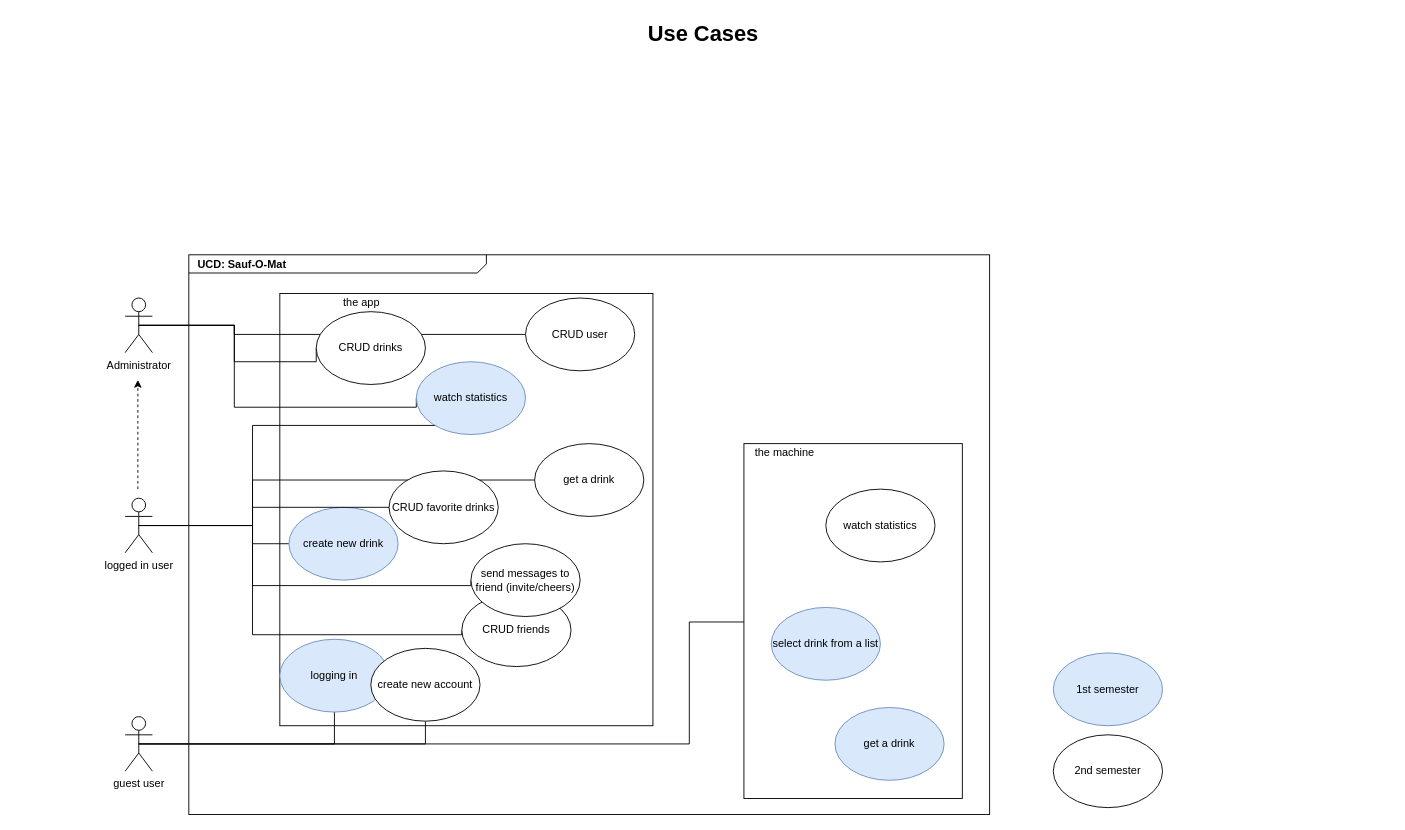
This is UseCaseDiagram.drawio from TheLordXII/OneTouch, a draw.io file, before an edit. Source tidied: cells renumbered, new cells numbered last; positions are measured from the earlier drawing's top-left corner, leaving out a move shared by most shapes. Both pictures are drawn from the tidied source at 91%, with x=0, y=0 at pixel (15, 15).
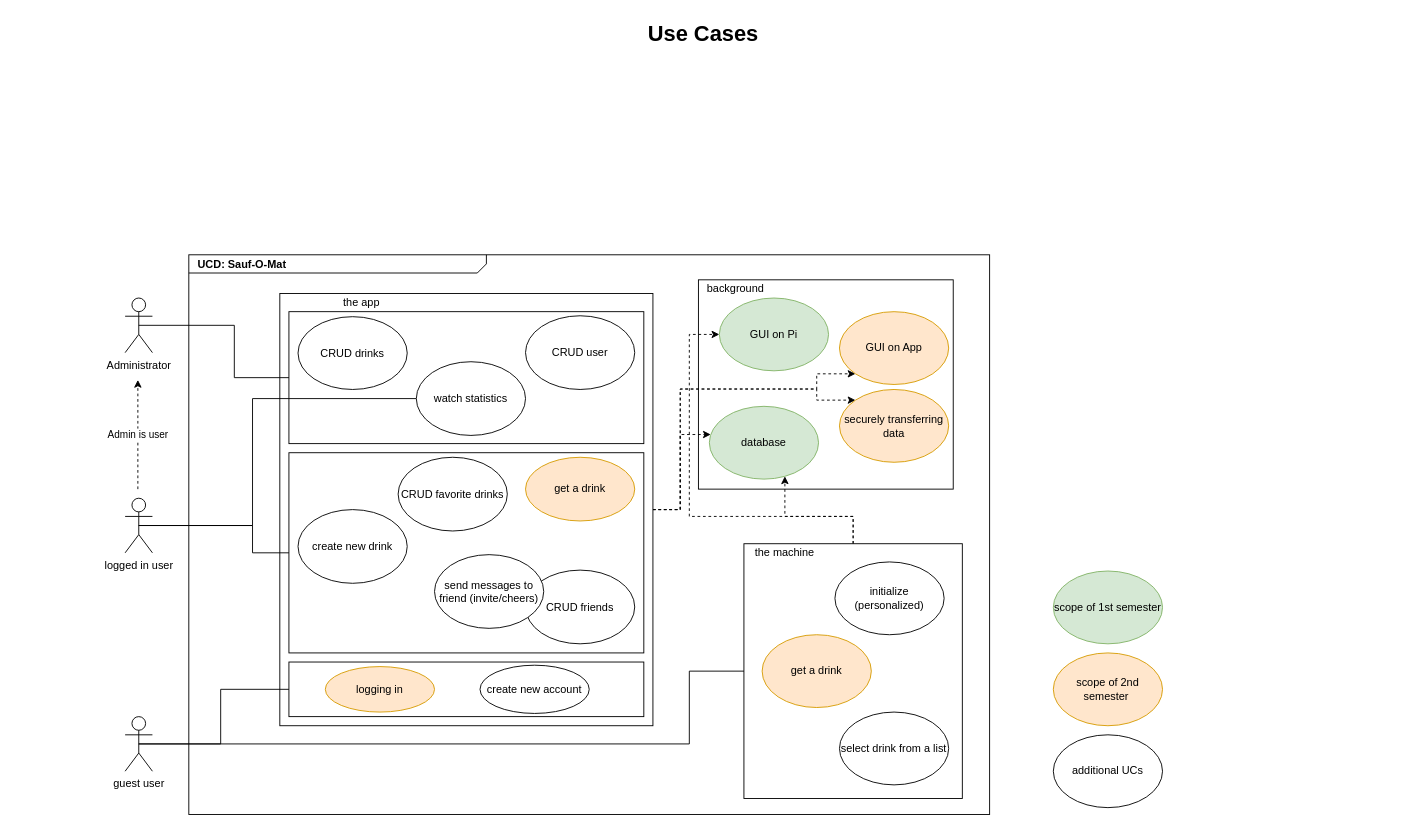
After the change.

The change refers to these unchanged cells:
```xml
<mxCell id="3" style="rounded=0;whiteSpace=wrap;html=1;" parent="1" vertex="1">
  <mxGeometry x="290" y="305" width="410" height="475" as="geometry" />
</mxCell>
<mxCell id="11" value="logged in user" style="shape=umlActor;verticalLabelPosition=bottom;labelBackgroundColor=#ffffff;verticalAlign=top;html=1;outlineConnect=0;" parent="1" vertex="1">
  <mxGeometry x="120" y="530" width="30" height="60" as="geometry" />
</mxCell>
```

What changed in the source:
```diff
@@
+    <mxCell id="39" style="rounded=0;whiteSpace=wrap;html=1;" parent="1" vertex="1">
+      <mxGeometry x="750" y="290" width="280" height="230" as="geometry" />
+    </mxCell>
@@
+    <mxCell id="40" style="edgeStyle=orthogonalEdgeStyle;rounded=0;jettySize=auto;html=1;dashed=1;" parent="1" edge="1" source="3" target="50">
+      <mxGeometry relative="1" as="geometry">
+        <Array as="points">
+          <mxPoint x="730" y="543" />
+          <mxPoint x="730" y="460" />
+        </Array>
+      </mxGeometry>
+    </mxCell>
+    <mxCell id="41" style="edgeStyle=orthogonalEdgeStyle;rounded=0;jettySize=auto;html=1;dashed=1;entryX=0;entryY=1;entryDx=0;entryDy=0;" parent="1" edge="1" source="3" target="51">
+      <mxGeometry relative="1" as="geometry">
+        <Array as="points">
+          <mxPoint x="730" y="543" />
+          <mxPoint x="730" y="410" />
+          <mxPoint x="880" y="410" />
+          <mxPoint x="880" y="393" />
+        </Array>
+      </mxGeometry>
+    </mxCell>
+    <mxCell id="42" style="edgeStyle=orthogonalEdgeStyle;rounded=0;jettySize=auto;html=1;exitX=1;exitY=0.5;exitDx=0;exitDy=0;entryX=0;entryY=0;entryDx=0;entryDy=0;dashed=1;" parent="1" edge="1" source="3" target="54">
+      <mxGeometry relative="1" as="geometry">
+        <Array as="points">
+          <mxPoint x="730" y="543" />
+          <mxPoint x="730" y="410" />
+          <mxPoint x="880" y="410" />
+          <mxPoint x="880" y="422" />
+        </Array>
+      </mxGeometry>
+    </mxCell>
@@
+    <mxCell id="43" style="edgeStyle=orthogonalEdgeStyle;rounded=0;jettySize=auto;html=1;dashed=1;" parent="1" edge="1" source="4" target="50">
+      <mxGeometry relative="1" as="geometry">
+        <Array as="points">
+          <mxPoint x="920" y="550" />
+          <mxPoint x="845" y="550" />
+        </Array>
+      </mxGeometry>
+    </mxCell>
+    <mxCell id="44" style="edgeStyle=orthogonalEdgeStyle;rounded=0;jettySize=auto;html=1;dashed=1;" parent="1" edge="1" source="4" target="49">
+      <mxGeometry relative="1" as="geometry">
+        <Array as="points">
+          <mxPoint x="920" y="550" />
+          <mxPoint x="740" y="550" />
+          <mxPoint x="740" y="350" />
+        </Array>
+      </mxGeometry>
+    </mxCell>
     <mxCell id="4" value="&lt;p style=&quot;line-height: 120%&quot;&gt;&lt;br&gt;&lt;/p&gt;" style="rounded=0;whiteSpace=wrap;html=1;align=left;" parent="1" vertex="1">
-      <mxGeometry x="800" y="470" width="240" height="390" as="geometry" />
+      <mxGeometry x="800" y="580" width="240" height="280" as="geometry" />
     </mxCell>
@@
-    <mxCell id="6" style="edgeStyle=orthogonalEdgeStyle;rounded=0;jettySize=auto;html=1;exitX=0.5;exitY=0.5;exitDx=0;exitDy=0;exitPerimeter=0;endArrow=none;endFill=0;" parent="1" edge="1" source="11" target="21">
-      <mxGeometry relative="1" as="geometry">
-        <Array as="points">
-          <mxPoint x="260" y="560" />
-          <mxPoint x="260" y="580" />
-        </Array>
-      </mxGeometry>
-    </mxCell>
-    <mxCell id="7" style="edgeStyle=orthogonalEdgeStyle;rounded=0;jettySize=auto;html=1;exitX=0.5;exitY=0.5;exitDx=0;exitDy=0;exitPerimeter=0;entryX=0;entryY=0.5;entryDx=0;entryDy=0;endArrow=none;endFill=0;" parent="1" edge="1" source="11" target="32">
-      <mxGeometry relative="1" as="geometry">
-        <Array as="points">
-          <mxPoint x="260" y="560" />
-          <mxPoint x="260" y="626" />
-          <mxPoint x="500" y="626" />
-        </Array>
-      </mxGeometry>
-    </mxCell>
-    <mxCell id="8" style="edgeStyle=orthogonalEdgeStyle;rounded=0;jettySize=auto;html=1;exitX=0.5;exitY=0.5;exitDx=0;exitDy=0;exitPerimeter=0;entryX=0;entryY=0.5;entryDx=0;entryDy=0;endArrow=none;endFill=0;" parent="1" edge="1" source="11" target="30">
-      <mxGeometry relative="1" as="geometry">
-        <Array as="points">
-          <mxPoint x="260" y="560" />
-          <mxPoint x="260" y="680" />
-          <mxPoint x="490" y="680" />
-        </Array>
-      </mxGeometry>
-    </mxCell>
-    <mxCell id="9" style="edgeStyle=orthogonalEdgeStyle;rounded=0;jettySize=auto;html=1;exitX=0.5;exitY=0.5;exitDx=0;exitDy=0;exitPerimeter=0;entryX=0;entryY=0.5;entryDx=0;entryDy=0;endArrow=none;endFill=0;" parent="1" edge="1" source="11" target="22">
-      <mxGeometry relative="1" as="geometry">
-        <Array as="points">
-          <mxPoint x="260" y="560" />
-          <mxPoint x="260" y="450" />
-          <mxPoint x="490" y="450" />
-          <mxPoint x="490" y="420" />
-        </Array>
-      </mxGeometry>
-    </mxCell>
-    <mxCell id="10" style="edgeStyle=orthogonalEdgeStyle;rounded=0;jettySize=auto;html=1;exitX=0.5;exitY=0.5;exitDx=0;exitDy=0;exitPerimeter=0;entryX=0;entryY=0.5;entryDx=0;entryDy=0;endArrow=none;endFill=0;" parent="1" edge="1" source="11" target="38">
-      <mxGeometry relative="1" as="geometry">
-        <Array as="points">
-          <mxPoint x="260" y="560" />
-          <mxPoint x="260" y="510" />
-        </Array>
-      </mxGeometry>
-    </mxCell>
@@
     <mxCell id="12" style="edgeStyle=orthogonalEdgeStyle;rounded=0;jettySize=auto;html=1;endArrow=none;endFill=0;exitX=0.5;exitY=0.5;exitDx=0;exitDy=0;exitPerimeter=0;" parent="1" edge="1" source="15" target="4">
       <mxGeometry relative="1" as="geometry">
         <Array as="points">
           <mxPoint x="740" y="800" />
-          <mxPoint x="740" y="666" />
+          <mxPoint x="740" y="720" />
         </Array>
       </mxGeometry>
     </mxCell>
-    <mxCell id="13" style="edgeStyle=orthogonalEdgeStyle;rounded=0;jettySize=auto;html=1;exitX=0.5;exitY=0.5;exitDx=0;exitDy=0;exitPerimeter=0;endArrow=none;endFill=0;" parent="1" edge="1" source="15" target="20">
-      <mxGeometry relative="1" as="geometry" />
-    </mxCell>
+    <mxCell id="15" value="guest user" style="shape=umlActor;verticalLabelPosition=bottom;labelBackgroundColor=#ffffff;verticalAlign=top;html=1;outlineConnect=0;" parent="1" vertex="1">
+      <mxGeometry x="120" y="770" width="30" height="60" as="geometry" />
+    </mxCell>
+    <mxCell id="19" value="Administrator" style="shape=umlActor;verticalLabelPosition=bottom;labelBackgroundColor=#ffffff;verticalAlign=top;html=1;outlineConnect=0;" parent="1" vertex="1">
+      <mxGeometry x="120" y="310" width="30" height="60" as="geometry" />
+    </mxCell>
+    <mxCell id="23" value="get a drink" style="ellipse;whiteSpace=wrap;html=1;fillColor=#ffe6cc;strokeColor=#d79b00;" parent="1" vertex="1">
+      <mxGeometry x="820" y="680" width="120" height="80" as="geometry" />
+    </mxCell>
+    <mxCell id="25" value="select drink from a list" style="ellipse;whiteSpace=wrap;html=1;" parent="1" vertex="1">
+      <mxGeometry x="905" y="765" width="120" height="80" as="geometry" />
+    </mxCell>
+    <mxCell id="27" value="the machine" style="text;html=1;strokeColor=none;fillColor=none;align=center;verticalAlign=middle;whiteSpace=wrap;rounded=0;" parent="1" vertex="1">
+      <mxGeometry x="800" y="580" width="90" height="20" as="geometry" />
+    </mxCell>
+    <mxCell id="28" value="the app" style="text;html=1;strokeColor=none;fillColor=none;align=center;verticalAlign=middle;whiteSpace=wrap;rounded=0;" parent="1" vertex="1">
+      <mxGeometry x="340" y="305" width="80" height="20" as="geometry" />
+    </mxCell>
+    <mxCell id="31" value="initialize (personalized)" style="ellipse;whiteSpace=wrap;html=1;" parent="1" vertex="1">
+      <mxGeometry x="900" y="600" width="120" height="80" as="geometry" />
+    </mxCell>
+    <mxCell id="34" value="Admin is user" style="endArrow=classic;dashed=1;html=1;endFill=1;" parent="1" edge="1">
+      <mxGeometry relative="1" as="geometry">
+        <mxPoint x="134" y="520" as="sourcePoint" />
+        <mxPoint x="134" y="400" as="targetPoint" />
+      </mxGeometry>
+    </mxCell>
+    <mxCell id="37" value="additional UCs" style="ellipse;whiteSpace=wrap;html=1;" parent="1" vertex="1">
+      <mxGeometry x="1140" y="790" width="120" height="80" as="geometry" />
+    </mxCell>
+    <mxCell id="45" style="rounded=0;whiteSpace=wrap;html=1;" parent="1" vertex="1">
+      <mxGeometry x="300" y="325" width="390" height="145" as="geometry" />
+    </mxCell>
+    <mxCell id="29" value="CRUD drinks" style="ellipse;whiteSpace=wrap;html=1;" parent="1" vertex="1">
+      <mxGeometry x="310" y="330.5" width="120" height="80" as="geometry" />
+    </mxCell>
+    <mxCell id="9" style="edgeStyle=orthogonalEdgeStyle;rounded=0;jettySize=auto;html=1;exitX=0.5;exitY=0.5;exitDx=0;exitDy=0;exitPerimeter=0;entryX=0;entryY=0.5;entryDx=0;entryDy=0;endArrow=none;endFill=0;" parent="1" edge="1" source="11" target="22">
+      <mxGeometry relative="1" as="geometry">
+        <Array as="points">
+          <mxPoint x="260" y="560" />
+          <mxPoint x="260" y="420" />
+        </Array>
+      </mxGeometry>
+    </mxCell>
+    <mxCell id="17" style="edgeStyle=orthogonalEdgeStyle;rounded=0;jettySize=auto;html=1;exitX=0.5;exitY=0.5;exitDx=0;exitDy=0;exitPerimeter=0;entryX=0;entryY=0.5;entryDx=0;entryDy=0;endArrow=none;endFill=0;" parent="1" edge="1" source="19" target="45">
+      <mxGeometry relative="1" as="geometry">
+        <Array as="points">
+          <mxPoint x="240" y="340" />
+          <mxPoint x="240" y="398" />
+        </Array>
+      </mxGeometry>
+    </mxCell>
+    <mxCell id="22" value="watch statistics" style="ellipse;whiteSpace=wrap;html=1;" parent="1" vertex="1">
+      <mxGeometry x="440" y="380" width="120" height="81" as="geometry" />
+    </mxCell>
+    <mxCell id="26" value="CRUD user" style="ellipse;whiteSpace=wrap;html=1;" parent="1" vertex="1">
+      <mxGeometry x="560" y="329.5" width="120" height="81" as="geometry" />
+    </mxCell>
+    <mxCell id="46" style="rounded=0;whiteSpace=wrap;html=1;" parent="1" vertex="1">
+      <mxGeometry x="300" y="480" width="390" height="220" as="geometry" />
+    </mxCell>
+    <mxCell id="47" style="rounded=0;whiteSpace=wrap;html=1;" parent="1" vertex="1">
+      <mxGeometry x="300" y="710" width="390" height="60" as="geometry" />
+    </mxCell>
+    <mxCell id="6" style="edgeStyle=orthogonalEdgeStyle;rounded=0;jettySize=auto;html=1;exitX=0.5;exitY=0.5;exitDx=0;exitDy=0;exitPerimeter=0;endArrow=none;endFill=0;entryX=0;entryY=0.5;entryDx=0;entryDy=0;" parent="1" edge="1" source="11" target="46">
+      <mxGeometry relative="1" as="geometry">
+        <Array as="points">
+          <mxPoint x="260" y="560" />
+          <mxPoint x="260" y="590" />
+        </Array>
+      </mxGeometry>
+    </mxCell>
-    <mxCell id="14" style="edgeStyle=orthogonalEdgeStyle;rounded=0;jettySize=auto;html=1;exitX=0.5;exitY=0.5;exitDx=0;exitDy=0;exitPerimeter=0;entryX=0.5;entryY=1;entryDx=0;entryDy=0;endArrow=none;endFill=0;" parent="1" edge="1" source="15" target="35">
+    <mxCell id="14" style="edgeStyle=orthogonalEdgeStyle;rounded=0;jettySize=auto;html=1;exitX=0.5;exitY=0.5;exitDx=0;exitDy=0;exitPerimeter=0;entryX=0;entryY=0.5;entryDx=0;entryDy=0;endArrow=none;endFill=0;" parent="1" edge="1" source="15" target="47">
       <mxGeometry relative="1" as="geometry" />
     </mxCell>
-    <mxCell id="15" value="guest user" style="shape=umlActor;verticalLabelPosition=bottom;labelBackgroundColor=#ffffff;verticalAlign=top;html=1;outlineConnect=0;" parent="1" vertex="1">
-      <mxGeometry x="120" y="770" width="30" height="60" as="geometry" />
-    </mxCell>
-    <mxCell id="16" style="edgeStyle=orthogonalEdgeStyle;rounded=0;jettySize=auto;html=1;exitX=0.5;exitY=0.5;exitDx=0;exitDy=0;exitPerimeter=0;entryX=0;entryY=0.5;entryDx=0;entryDy=0;endArrow=none;endFill=0;" parent="1" edge="1" source="19" target="22">
-      <mxGeometry relative="1" as="geometry">
-        <Array as="points">
-          <mxPoint x="240" y="340" />
-          <mxPoint x="240" y="430" />
-        </Array>
-      </mxGeometry>
-    </mxCell>
-    <mxCell id="17" style="edgeStyle=orthogonalEdgeStyle;rounded=0;jettySize=auto;html=1;exitX=0.5;exitY=0.5;exitDx=0;exitDy=0;exitPerimeter=0;entryX=0;entryY=0.5;entryDx=0;entryDy=0;endArrow=none;endFill=0;" parent="1" edge="1" source="19" target="29">
-      <mxGeometry relative="1" as="geometry">
-        <Array as="points">
-          <mxPoint x="240" y="340" />
-          <mxPoint x="240" y="380" />
-        </Array>
-      </mxGeometry>
-    </mxCell>
-    <mxCell id="18" style="edgeStyle=orthogonalEdgeStyle;rounded=0;jettySize=auto;html=1;exitX=0.5;exitY=0.5;exitDx=0;exitDy=0;exitPerimeter=0;entryX=0;entryY=0.5;entryDx=0;entryDy=0;endArrow=none;endFill=0;" parent="1" edge="1" source="19" target="26">
-      <mxGeometry relative="1" as="geometry">
-        <Array as="points">
-          <mxPoint x="240" y="340" />
-          <mxPoint x="240" y="350" />
-        </Array>
-      </mxGeometry>
-    </mxCell>
-    <mxCell id="19" value="Administrator" style="shape=umlActor;verticalLabelPosition=bottom;labelBackgroundColor=#ffffff;verticalAlign=top;html=1;outlineConnect=0;" parent="1" vertex="1">
-      <mxGeometry x="120" y="310" width="30" height="60" as="geometry" />
-    </mxCell>
-    <mxCell id="20" value="logging in" style="ellipse;whiteSpace=wrap;html=1;fillColor=#dae8fc;strokeColor=#6c8ebf;" parent="1" vertex="1">
-      <mxGeometry x="290" y="685" width="120" height="80" as="geometry" />
+    <mxCell id="20" value="logging in" style="ellipse;whiteSpace=wrap;html=1;fillColor=#ffe6cc;strokeColor=#d79b00;" parent="1" vertex="1">
+      <mxGeometry x="340" y="715" width="120" height="50" as="geometry" />
     </mxCell>
-    <mxCell id="21" value="create new drink" style="ellipse;whiteSpace=wrap;html=1;fillColor=#dae8fc;strokeColor=#6c8ebf;" parent="1" vertex="1">
-      <mxGeometry x="300" y="540" width="120" height="80" as="geometry" />
+    <mxCell id="21" value="create new drink" style="ellipse;whiteSpace=wrap;html=1;" parent="1" vertex="1">
+      <mxGeometry x="310" y="542.5" width="120" height="81" as="geometry" />
     </mxCell>
-    <mxCell id="22" value="watch statistics" style="ellipse;whiteSpace=wrap;html=1;fillColor=#dae8fc;strokeColor=#6c8ebf;" parent="1" vertex="1">
-      <mxGeometry x="440" y="380" width="120" height="80" as="geometry" />
-    </mxCell>
-    <mxCell id="23" value="get a drink" style="ellipse;whiteSpace=wrap;html=1;fillColor=#dae8fc;strokeColor=#6c8ebf;" parent="1" vertex="1">
-      <mxGeometry x="900" y="760" width="120" height="80" as="geometry" />
-    </mxCell>
     <mxCell id="24" value="CRUD favorite drinks" style="ellipse;whiteSpace=wrap;html=1;" parent="1" vertex="1">
-      <mxGeometry x="410" y="500" width="120" height="80" as="geometry" />
+      <mxGeometry x="420" y="485" width="120" height="81" as="geometry" />
     </mxCell>
-    <mxCell id="25" value="select drink from a list" style="ellipse;whiteSpace=wrap;html=1;fillColor=#dae8fc;strokeColor=#6c8ebf;" parent="1" vertex="1">
-      <mxGeometry x="830" y="650" width="120" height="80" as="geometry" />
-    </mxCell>
-    <mxCell id="26" value="CRUD user" style="ellipse;whiteSpace=wrap;html=1;" parent="1" vertex="1">
-      <mxGeometry x="560" y="310" width="120" height="80" as="geometry" />
-    </mxCell>
-    <mxCell id="27" value="the machine" style="text;html=1;strokeColor=none;fillColor=none;align=center;verticalAlign=middle;whiteSpace=wrap;rounded=0;" parent="1" vertex="1">
-      <mxGeometry x="800" y="470" width="90" height="20" as="geometry" />
-    </mxCell>
-    <mxCell id="28" value="the app" style="text;html=1;strokeColor=none;fillColor=none;align=center;verticalAlign=middle;whiteSpace=wrap;rounded=0;" parent="1" vertex="1">
-      <mxGeometry x="340" y="305" width="80" height="20" as="geometry" />
-    </mxCell>
-    <mxCell id="29" value="CRUD drinks" style="ellipse;whiteSpace=wrap;html=1;" parent="1" vertex="1">
-      <mxGeometry x="330" y="325" width="120" height="80" as="geometry" />
-    </mxCell>
     <mxCell id="30" value="CRUD friends" style="ellipse;whiteSpace=wrap;html=1;" parent="1" vertex="1">
-      <mxGeometry x="490" y="635" width="120" height="80" as="geometry" />
+      <mxGeometry x="560" y="609" width="120" height="81" as="geometry" />
     </mxCell>
-    <mxCell id="31" value="watch statistics" style="ellipse;whiteSpace=wrap;html=1;" parent="1" vertex="1">
-      <mxGeometry x="890" y="520" width="120" height="80" as="geometry" />
-    </mxCell>
     <mxCell id="32" value="send messages to friend (invite/cheers)" style="ellipse;whiteSpace=wrap;html=1;" parent="1" vertex="1">
-      <mxGeometry x="500" y="580" width="120" height="80" as="geometry" />
+      <mxGeometry x="460" y="592" width="120" height="81" as="geometry" />
     </mxCell>
-    <mxCell id="33" style="edgeStyle=orthogonalEdgeStyle;rounded=0;jettySize=auto;html=1;exitX=0.5;exitY=0.5;exitDx=0;exitDy=0;exitPerimeter=0;entryX=0;entryY=0.5;entryDx=0;entryDy=0;endArrow=none;endFill=0;" parent="1" edge="1" source="11" target="24">
-      <mxGeometry relative="1" as="geometry">
-        <Array as="points">
-          <mxPoint x="260" y="560" />
-          <mxPoint x="260" y="540" />
-        </Array>
-      </mxGeometry>
-    </mxCell>
-    <mxCell id="34" style="endArrow=classic;dashed=1;html=1;endFill=1;" parent="1" edge="1">
-      <mxGeometry relative="1" as="geometry">
-        <mxPoint x="134" y="520" as="sourcePoint" />
-        <mxPoint x="134" y="400" as="targetPoint" />
-      </mxGeometry>
-    </mxCell>
     <mxCell id="35" value="create new account" style="ellipse;whiteSpace=wrap;html=1;" parent="1" vertex="1">
-      <mxGeometry x="390" y="695" width="120" height="80" as="geometry" />
+      <mxGeometry x="510" y="713.5" width="120" height="53" as="geometry" />
     </mxCell>
-    <mxCell id="36" value="1st semester" style="ellipse;whiteSpace=wrap;html=1;fillColor=#dae8fc;strokeColor=#6c8ebf;" parent="1" vertex="1">
-      <mxGeometry x="1140" y="700" width="120" height="80" as="geometry" />
-    </mxCell>
-    <mxCell id="37" value="2nd semester" style="ellipse;whiteSpace=wrap;html=1;" parent="1" vertex="1">
-      <mxGeometry x="1140" y="790" width="120" height="80" as="geometry" />
-    </mxCell>
-    <mxCell id="38" value="get a drink" style="ellipse;whiteSpace=wrap;html=1;" parent="1" vertex="1">
-      <mxGeometry x="570" y="470" width="120" height="80" as="geometry" />
+    <mxCell id="38" value="get a drink" style="ellipse;whiteSpace=wrap;html=1;fillColor=#ffe6cc;strokeColor=#d79b00;" parent="1" vertex="1">
+      <mxGeometry x="560" y="485" width="120" height="70" as="geometry" />
     </mxCell>
+    <mxCell id="48" value="background" style="text;html=1;strokeColor=none;fillColor=none;align=center;verticalAlign=middle;whiteSpace=wrap;rounded=0;" parent="1" vertex="1">
+      <mxGeometry x="752" y="290" width="78" height="20" as="geometry" />
+    </mxCell>
+    <mxCell id="49" value="GUI on Pi" style="ellipse;whiteSpace=wrap;html=1;fillColor=#d5e8d4;strokeColor=#82b366;" parent="1" vertex="1">
+      <mxGeometry x="773" y="310" width="120" height="80" as="geometry" />
+    </mxCell>
+    <mxCell id="50" value="database" style="ellipse;whiteSpace=wrap;html=1;fillColor=#d5e8d4;strokeColor=#82b366;" parent="1" vertex="1">
+      <mxGeometry x="762" y="429" width="120" height="80" as="geometry" />
+    </mxCell>
+    <mxCell id="51" value="GUI on App" style="ellipse;whiteSpace=wrap;html=1;fillColor=#ffe6cc;strokeColor=#d79b00;" parent="1" vertex="1">
+      <mxGeometry x="905" y="325" width="120" height="80" as="geometry" />
+    </mxCell>
+    <mxCell id="52" value="scope of 2nd semester&amp;nbsp;" style="ellipse;whiteSpace=wrap;html=1;fillColor=#ffe6cc;strokeColor=#d79b00;" parent="1" vertex="1">
+      <mxGeometry x="1140" y="700" width="120" height="80" as="geometry" />
+    </mxCell>
+    <mxCell id="53" value="scope of 1st semester" style="ellipse;whiteSpace=wrap;html=1;fillColor=#d5e8d4;strokeColor=#82b366;" parent="1" vertex="1">
+      <mxGeometry x="1140" y="610" width="120" height="80" as="geometry" />
+    </mxCell>
+    <mxCell id="54" value="securely transferring data" style="ellipse;whiteSpace=wrap;html=1;fillColor=#ffe6cc;strokeColor=#d79b00;" parent="1" vertex="1">
+      <mxGeometry x="905" y="410.5" width="120" height="80" as="geometry" />
+    </mxCell>
```
